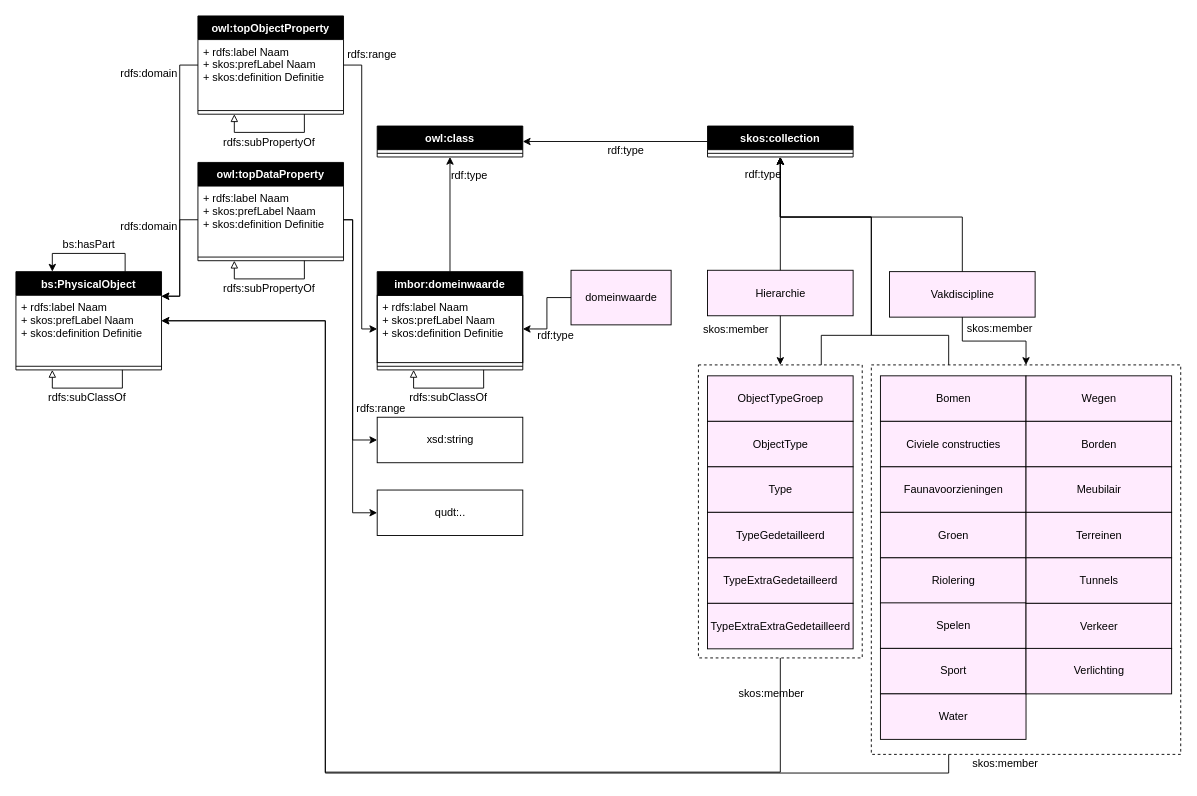
Above: supporting files/Datamodel - BIM Pro OTL.drawio in Stichting-CROW/imbor (draw.io), before the change. Source tidied: cells renumbered, new cells numbered last; positions are measured from the earlier drawing's top-left corner, leaving out a move shared by most shapes. Both pictures are drawn from the tidied source at 91%, with x=0, y=0 at pixel (15, 15).
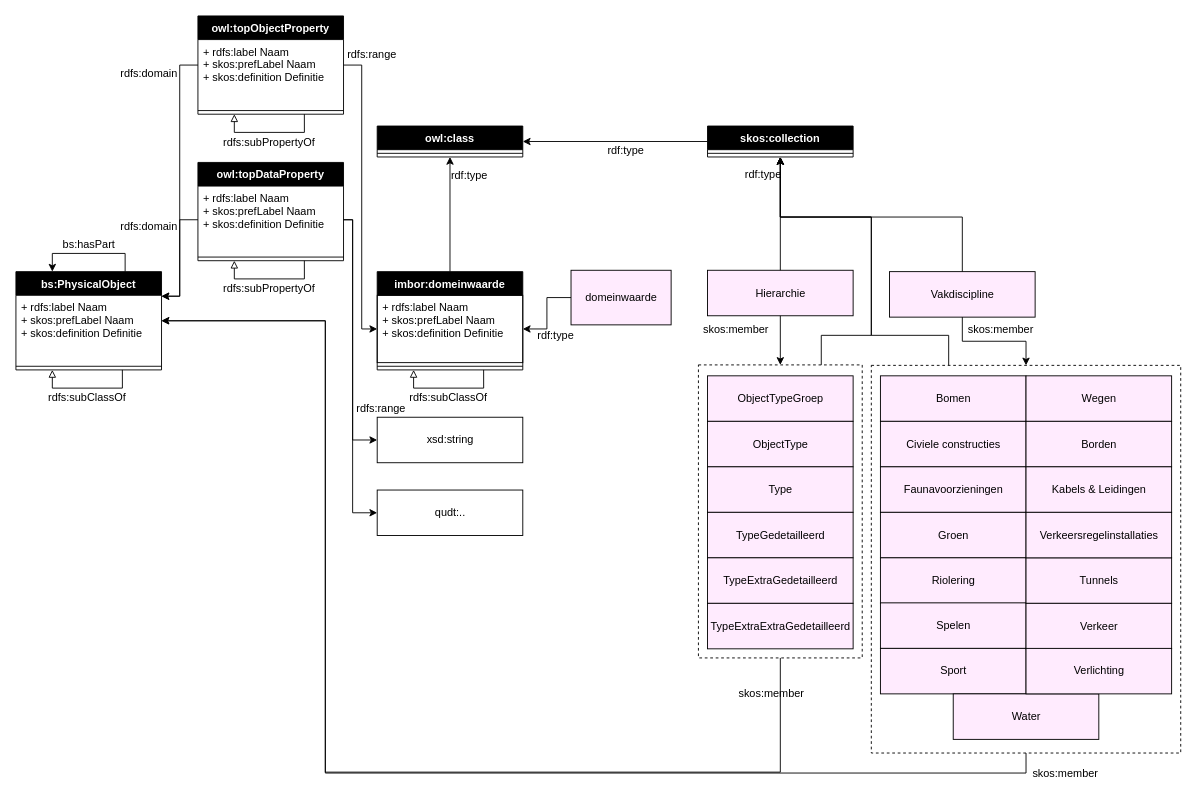
The same diagram, later.

The change refers to these unchanged cells:
```xml
<mxCell id="28" value="bs:PhysicalObject" style="swimlane;fontStyle=1;align=center;verticalAlign=top;horizontal=1;startSize=26;fontColor=#FFFFFF;strokeColor=#000000;fillColor=#000000;" parent="1" vertex="1">
  <mxGeometry y="281" width="160" height="108" as="geometry" />
</mxCell>
```

Change to the diagram source:
```diff
@@
     <mxCell id="2" style="rounded=0;whiteSpace=wrap;html=1;fillColor=none;gradientColor=none;fontColor=#000000;dashed=1;strokeColor=#000000;" parent="1" vertex="1">
-      <mxGeometry x="940" y="383.5" width="340" height="428" as="geometry" />
+      <mxGeometry x="940" y="384" width="340" height="426" as="geometry" />
     </mxCell>
@@
     <mxCell id="71" value="Water" style="html=1;fontColor=#000000;strokeColor=#000000;fillColor=#FFEBFE;" parent="1" vertex="1">
-      <mxGeometry x="950" y="745" width="160" height="50" as="geometry" />
+      <mxGeometry x="1030" y="745" width="160" height="50" as="geometry" />
     </mxCell>
@@
-    <mxCell id="74" value="Meubilair" style="html=1;fontColor=#000000;strokeColor=#000000;fillColor=#FFEBFE;" parent="1" vertex="1">
-      <mxGeometry x="1110" y="495.5" width="160" height="50" as="geometry" />
-    </mxCell>
-    <mxCell id="75" value="Terreinen" style="html=1;fontColor=#000000;strokeColor=#000000;fillColor=#FFEBFE;" parent="1" vertex="1">
-      <mxGeometry x="1110" y="545.5" width="160" height="50" as="geometry" />
-    </mxCell>
@@
-    <mxCell id="82" style="edgeStyle=orthogonalEdgeStyle;rounded=0;jettySize=auto;html=1;exitX=0.25;exitY=1;exitDx=0;exitDy=0;fontColor=#000000;labelBackgroundColor=none;entryX=1;entryY=0.5;entryDx=0;entryDy=0;strokeColor=#000000;" parent="1" edge="1" source="2" target="28">
+    <mxCell id="82" style="edgeStyle=orthogonalEdgeStyle;rounded=0;jettySize=auto;html=1;fontColor=#000000;labelBackgroundColor=none;entryX=1;entryY=0.5;entryDx=0;entryDy=0;strokeColor=#000000;exitX=0.5;exitY=1;exitDx=0;exitDy=0;" parent="1" edge="1" source="2" target="28">
       <mxGeometry relative="1" as="geometry">
         <Array as="points">
-          <mxPoint x="1025" y="832" />
+          <mxPoint x="1110" y="832" />
           <mxPoint x="340" y="832" />
           <mxPoint x="340" y="335" />
         </Array>
       </mxGeometry>
     </mxCell>
     <mxCell id="83" value="skos:member" style="text;html=1;align=center;verticalAlign=middle;labelBackgroundColor=none;fontColor=#000000;" parent="82" vertex="1">
       <mxGeometry x="-0.88" y="-2" relative="1" as="geometry">
-        <mxPoint x="124" y="-8.5" as="offset" />
+        <mxPoint x="108" y="2" as="offset" />
       </mxGeometry>
     </mxCell>
+    <mxCell id="84" value="Kabels &amp;amp; Leidingen" style="html=1;fontColor=#000000;strokeColor=#000000;fillColor=#FFEBFE;" parent="1" vertex="1">
+      <mxGeometry x="1110" y="495.5" width="160" height="50" as="geometry" />
+    </mxCell>
+    <mxCell id="85" value="Verkeersregelinstallaties" style="html=1;fontColor=#000000;strokeColor=#000000;fillColor=#FFEBFE;" parent="1" vertex="1">
+      <mxGeometry x="1110" y="545.5" width="160" height="50" as="geometry" />
+    </mxCell>
```
